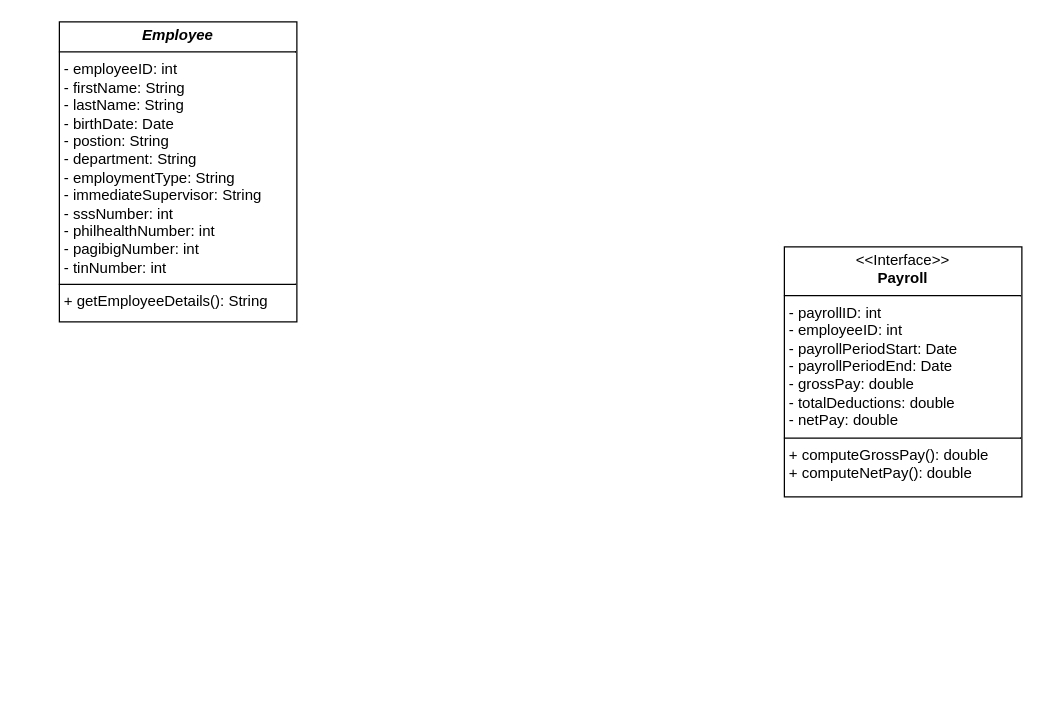
Above: src/Untitled Diagram.drawio in rmanalaysay/Homework-4-Implementing-Abstraction-in-Java (draw.io), before the change. Source tidied: cells renumbered, new cells numbered last; positions are measured from the earlier drawing's top-left corner, leaving out a move shared by most shapes. Both pictures are drawn from the tidied source at 125%, with x=0, y=0 at pixel (59, 21).
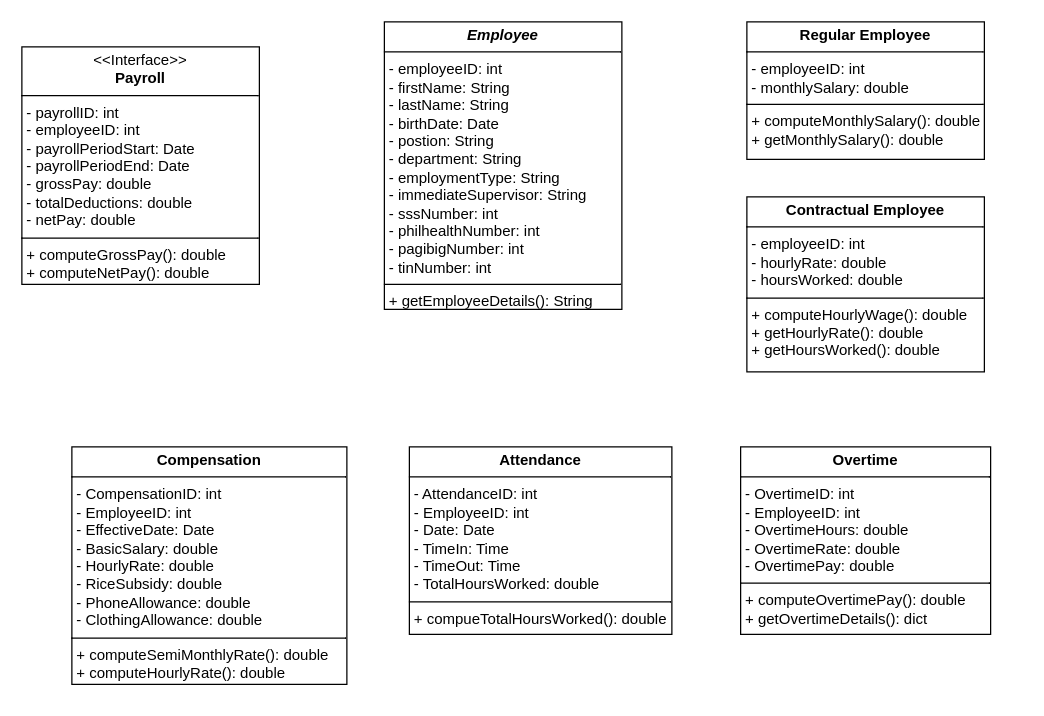
Above is the later version.

The edit, as a diff of the source:
```diff
@@
 <mxGraphModel>
   <root>
     <mxCell id="0" />
     <mxCell id="1" parent="0" />
     <mxCell id="2" value="&lt;p style=&quot;margin:0px;margin-top:4px;text-align:center;&quot;&gt;&lt;b&gt;&lt;i&gt;Employee&lt;/i&gt;&lt;/b&gt;&lt;/p&gt;&lt;hr size=&quot;1&quot; style=&quot;border-style:solid;&quot;&gt;&lt;p style=&quot;margin:0px;margin-left:4px;&quot;&gt;- employeeID: int&lt;/p&gt;&lt;p style=&quot;margin:0px;margin-left:4px;&quot;&gt;- firstName: String&lt;/p&gt;&lt;p style=&quot;margin:0px;margin-left:4px;&quot;&gt;- lastName: String&lt;/p&gt;&lt;p style=&quot;margin:0px;margin-left:4px;&quot;&gt;- birthDate: Date&lt;/p&gt;&lt;p style=&quot;margin:0px;margin-left:4px;&quot;&gt;- postion: String&lt;/p&gt;&lt;p style=&quot;margin:0px;margin-left:4px;&quot;&gt;- department: String&lt;/p&gt;&lt;p style=&quot;margin:0px;margin-left:4px;&quot;&gt;- employmentType: String&amp;nbsp;&lt;/p&gt;&lt;p style=&quot;margin:0px;margin-left:4px;&quot;&gt;- immediateSupervisor: String&lt;/p&gt;&lt;p style=&quot;margin:0px;margin-left:4px;&quot;&gt;- sssNumber: int&lt;/p&gt;&lt;p style=&quot;margin:0px;margin-left:4px;&quot;&gt;- philhealthNumber: int&lt;/p&gt;&lt;p style=&quot;margin:0px;margin-left:4px;&quot;&gt;- pagibigNumber: int&lt;/p&gt;&lt;p style=&quot;margin:0px;margin-left:4px;&quot;&gt;- tinNumber: int&lt;/p&gt;&lt;hr size=&quot;1&quot; style=&quot;border-style:solid;&quot;&gt;&lt;p style=&quot;margin:0px;margin-left:4px;&quot;&gt;+ getEmployeeDetails(): String&lt;/p&gt;" style="verticalAlign=top;align=left;overflow=fill;html=1;whiteSpace=wrap;" parent="1" vertex="1">
-      <mxGeometry width="190" height="240" as="geometry" />
+      <mxGeometry x="260" width="190" height="230" as="geometry" />
     </mxCell>
     <mxCell id="3" value="&lt;p style=&quot;margin:0px;margin-top:4px;text-align:center;&quot;&gt;&amp;lt;&amp;lt;Interface&amp;gt;&amp;gt;&lt;br&gt;&lt;b&gt;Payroll&lt;/b&gt;&lt;/p&gt;&lt;hr size=&quot;1&quot; style=&quot;border-style:solid;&quot;&gt;&lt;p style=&quot;margin:0px;margin-left:4px;&quot;&gt;- payrollID: int&lt;br&gt;- employeeID: int&lt;/p&gt;&lt;p style=&quot;margin:0px;margin-left:4px;&quot;&gt;- payrollPeriodStart: Date&lt;/p&gt;&lt;p style=&quot;margin:0px;margin-left:4px;&quot;&gt;- payrollPeriodEnd: Date&lt;/p&gt;&lt;p style=&quot;margin:0px;margin-left:4px;&quot;&gt;- grossPay: double&lt;/p&gt;&lt;p style=&quot;margin:0px;margin-left:4px;&quot;&gt;- totalDeductions: double&lt;/p&gt;&lt;p style=&quot;margin:0px;margin-left:4px;&quot;&gt;- netPay: double&lt;/p&gt;&lt;hr size=&quot;1&quot; style=&quot;border-style:solid;&quot;&gt;&lt;p style=&quot;margin:0px;margin-left:4px;&quot;&gt;+ computeGrossPay(): double&lt;br&gt;+ computeNetPay(): double&lt;/p&gt;" style="verticalAlign=top;align=left;overflow=fill;html=1;whiteSpace=wrap;" parent="1" vertex="1">
-      <mxGeometry x="580" y="180" width="190" height="200" as="geometry" />
+      <mxGeometry x="-30" y="20" width="190" height="190" as="geometry" />
     </mxCell>
+    <mxCell id="4" value="&lt;p style=&quot;margin:0px;margin-top:4px;text-align:center;&quot;&gt;&lt;b&gt;Regular Employee&lt;/b&gt;&lt;/p&gt;&lt;hr size=&quot;1&quot; style=&quot;border-style:solid;&quot;&gt;&lt;p style=&quot;margin:0px;margin-left:4px;&quot;&gt;- employeeID: int&lt;/p&gt;&lt;p style=&quot;margin:0px;margin-left:4px;&quot;&gt;- monthlySalary: double&lt;/p&gt;&lt;hr size=&quot;1&quot; style=&quot;border-style:solid;&quot;&gt;&lt;p style=&quot;margin:0px;margin-left:4px;&quot;&gt;+ computeMonthlySalary(): double&lt;/p&gt;&lt;p style=&quot;margin:0px;margin-left:4px;&quot;&gt;+ getMonthlySalary(): double&lt;/p&gt;&lt;p style=&quot;margin:0px;margin-left:4px;&quot;&gt;&lt;br&gt;&lt;/p&gt;" style="verticalAlign=top;align=left;overflow=fill;html=1;whiteSpace=wrap;" parent="1" vertex="1">
+      <mxGeometry x="550" width="190" height="110" as="geometry" />
+    </mxCell>
+    <mxCell id="5" value="&lt;p style=&quot;margin:0px;margin-top:4px;text-align:center;&quot;&gt;&lt;b&gt;Contractual Employee&lt;/b&gt;&lt;/p&gt;&lt;hr size=&quot;1&quot; style=&quot;border-style:solid;&quot;&gt;&lt;p style=&quot;margin:0px;margin-left:4px;&quot;&gt;- employeeID: int&lt;/p&gt;&lt;p style=&quot;margin:0px;margin-left:4px;&quot;&gt;- hourlyRate: double&lt;/p&gt;&lt;p style=&quot;margin:0px;margin-left:4px;&quot;&gt;- hoursWorked: double&lt;/p&gt;&lt;hr size=&quot;1&quot; style=&quot;border-style:solid;&quot;&gt;&lt;p style=&quot;margin:0px;margin-left:4px;&quot;&gt;+ computeHourlyWage(): double&lt;/p&gt;&lt;p style=&quot;margin:0px;margin-left:4px;&quot;&gt;+ getHourlyRate(): double&lt;/p&gt;&lt;p style=&quot;margin:0px;margin-left:4px;&quot;&gt;+ getHoursWorked(): double&lt;/p&gt;&lt;p style=&quot;margin:0px;margin-left:4px;&quot;&gt;&lt;br&gt;&lt;/p&gt;" style="verticalAlign=top;align=left;overflow=fill;html=1;whiteSpace=wrap;" parent="1" vertex="1">
+      <mxGeometry x="550" y="140" width="190" height="140" as="geometry" />
+    </mxCell>
+    <mxCell id="6" value="&lt;p style=&quot;margin:0px;margin-top:4px;text-align:center;&quot;&gt;&lt;b&gt;Compensation&lt;/b&gt;&lt;/p&gt;&lt;hr size=&quot;1&quot; style=&quot;border-style:solid;&quot;&gt;&lt;p style=&quot;margin:0px;margin-left:4px;&quot;&gt;- CompensationID: int &amp;nbsp;&lt;/p&gt;&lt;p style=&quot;margin:0px;margin-left:4px;&quot;&gt;- EmployeeID: int &amp;nbsp;&lt;/p&gt;&lt;p style=&quot;margin:0px;margin-left:4px;&quot;&gt;- EffectiveDate: Date &amp;nbsp;&lt;/p&gt;&lt;p style=&quot;margin:0px;margin-left:4px;&quot;&gt;- BasicSalary: double &amp;nbsp;&lt;/p&gt;&lt;p style=&quot;margin:0px;margin-left:4px;&quot;&gt;- HourlyRate: double &amp;nbsp;&lt;/p&gt;&lt;p style=&quot;margin:0px;margin-left:4px;&quot;&gt;- RiceSubsidy: double &amp;nbsp;&lt;/p&gt;&lt;p style=&quot;margin:0px;margin-left:4px;&quot;&gt;- PhoneAllowance: double &amp;nbsp;&lt;/p&gt;&lt;p style=&quot;margin:0px;margin-left:4px;&quot;&gt;- ClothingAllowance: double&lt;/p&gt;&lt;hr size=&quot;1&quot; style=&quot;border-style:solid;&quot;&gt;&lt;p style=&quot;margin:0px;margin-left:4px;&quot;&gt;+ computeSemiMonthlyRate(): double &amp;nbsp;&lt;/p&gt;&lt;p style=&quot;margin:0px;margin-left:4px;&quot;&gt;+ computeHourlyRate(): double &amp;nbsp;&lt;/p&gt;" style="verticalAlign=top;align=left;overflow=fill;html=1;whiteSpace=wrap;" parent="1" vertex="1">
+      <mxGeometry x="10" y="340" width="220" height="190" as="geometry" />
+    </mxCell>
+    <mxCell id="7" style="edgeStyle=orthogonalEdgeStyle;rounded=0;orthogonalLoop=1;jettySize=auto;html=1;exitX=0.5;exitY=1;exitDx=0;exitDy=0;" parent="1" edge="1" source="6" target="6">
+      <mxGeometry relative="1" as="geometry" />
+    </mxCell>
+    <mxCell id="8" value="&lt;p style=&quot;margin:0px;margin-top:4px;text-align:center;&quot;&gt;&lt;b&gt;Overtime&lt;/b&gt;&lt;/p&gt;&lt;hr size=&quot;1&quot; style=&quot;border-style:solid;&quot;&gt;&lt;p style=&quot;margin:0px;margin-left:4px;&quot;&gt;- OvertimeID: int &amp;nbsp;&lt;/p&gt;&lt;p style=&quot;margin:0px;margin-left:4px;&quot;&gt;- EmployeeID: int &amp;nbsp;&lt;/p&gt;&lt;p style=&quot;margin:0px;margin-left:4px;&quot;&gt;- OvertimeHours: double &amp;nbsp;&lt;/p&gt;&lt;p style=&quot;margin:0px;margin-left:4px;&quot;&gt;- OvertimeRate: double &amp;nbsp;&lt;/p&gt;&lt;p style=&quot;margin:0px;margin-left:4px;&quot;&gt;- OvertimePay: double&lt;/p&gt;&lt;hr size=&quot;1&quot; style=&quot;border-style:solid;&quot;&gt;&lt;p style=&quot;margin:0px;margin-left:4px;&quot;&gt;+ computeOvertimePay(): double&lt;/p&gt;&lt;p style=&quot;margin:0px;margin-left:4px;&quot;&gt;+ getOvertimeDetails(): dict&amp;nbsp;&lt;/p&gt;" style="verticalAlign=top;align=left;overflow=fill;html=1;whiteSpace=wrap;" parent="1" vertex="1">
+      <mxGeometry x="545" y="340" width="200" height="150" as="geometry" />
+    </mxCell>
+    <mxCell id="9" value="&lt;p style=&quot;margin:0px;margin-top:4px;text-align:center;&quot;&gt;&lt;b&gt;Attendance&lt;/b&gt;&lt;/p&gt;&lt;hr size=&quot;1&quot; style=&quot;border-style:solid;&quot;&gt;&lt;p style=&quot;margin:0px;margin-left:4px;&quot;&gt;- AttendanceID: int &amp;nbsp;&lt;/p&gt;&lt;p style=&quot;margin:0px;margin-left:4px;&quot;&gt;- EmployeeID: int &amp;nbsp;&lt;/p&gt;&lt;p style=&quot;margin:0px;margin-left:4px;&quot;&gt;- Date: Date &amp;nbsp;&lt;/p&gt;&lt;p style=&quot;margin:0px;margin-left:4px;&quot;&gt;- TimeIn: Time &amp;nbsp;&lt;/p&gt;&lt;p style=&quot;margin:0px;margin-left:4px;&quot;&gt;- TimeOut: Time &amp;nbsp;&lt;/p&gt;&lt;p style=&quot;margin:0px;margin-left:4px;&quot;&gt;- TotalHoursWorked: double&amp;nbsp;&lt;/p&gt;&lt;hr size=&quot;1&quot; style=&quot;border-style:solid;&quot;&gt;&lt;p style=&quot;margin:0px;margin-left:4px;&quot;&gt;+ compueTotalHoursWorked(): double&lt;/p&gt;" style="verticalAlign=top;align=left;overflow=fill;html=1;whiteSpace=wrap;" parent="1" vertex="1">
+      <mxGeometry x="280" y="340" width="210" height="150" as="geometry" />
+    </mxCell>
   </root>
 </mxGraphModel>
```
